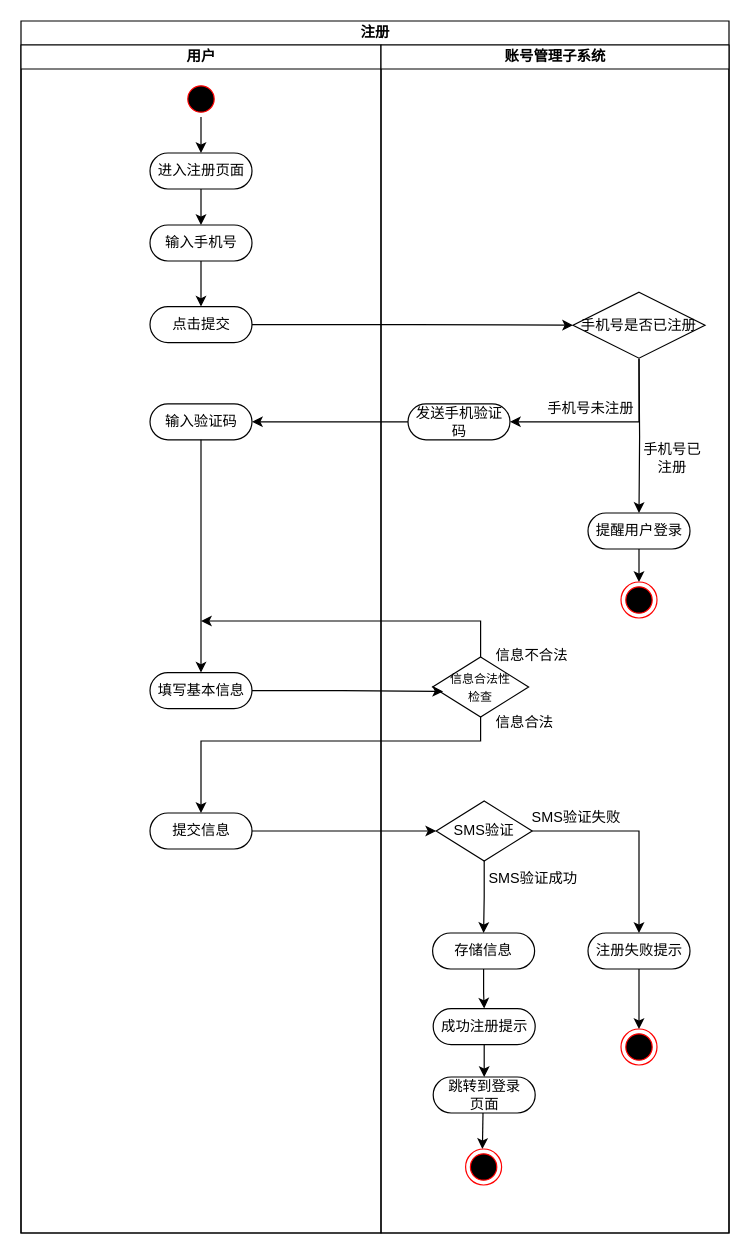
Earlier version of the draw.io diagram 注册活动图.drawio (PomeloLemon/SoftwareDiagrams). Source tidied: cells renumbered, new cells numbered last; positions are measured from the earlier drawing's top-left corner, leaving out a move shared by most shapes. Both pictures are drawn from the tidied source at 120%, with x=0, y=0 at pixel (20, 20).
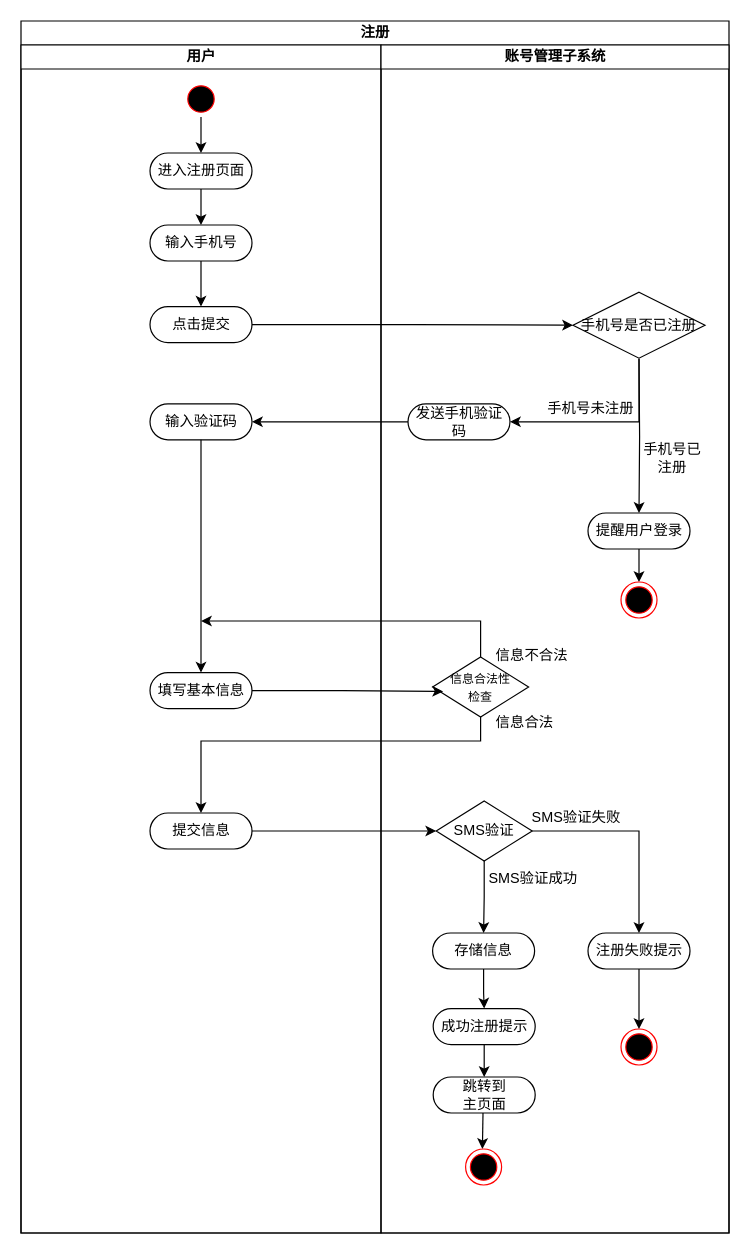
The same diagram, later.

Commit message:
更新注册活动图.drawio

The change refers to these unchanged cells:
```xml
<mxCell id="13" value="账号管理子系统" style="swimlane;startSize=20;html=1;" parent="2" vertex="1">
  <mxGeometry x="300" y="20" width="290" height="990" as="geometry" />
</mxCell>
```

The edit, as a diff of the source:
```diff
@@
-    <mxCell id="29" value="跳转到登录&lt;br&gt;页面" style="rounded=1;whiteSpace=wrap;html=1;shadow=0;comic=0;labelBackgroundColor=none;strokeWidth=1;fontFamily=Verdana;fontSize=12;align=center;arcSize=50;" parent="13" vertex="1">
+    <mxCell id="29" value="跳转到&lt;br&gt;主页面" style="rounded=1;whiteSpace=wrap;html=1;shadow=0;comic=0;labelBackgroundColor=none;strokeWidth=1;fontFamily=Verdana;fontSize=12;align=center;arcSize=50;" parent="13" vertex="1">
       <mxGeometry x="43.5" y="860" width="85" height="30" as="geometry" />
     </mxCell>
```
